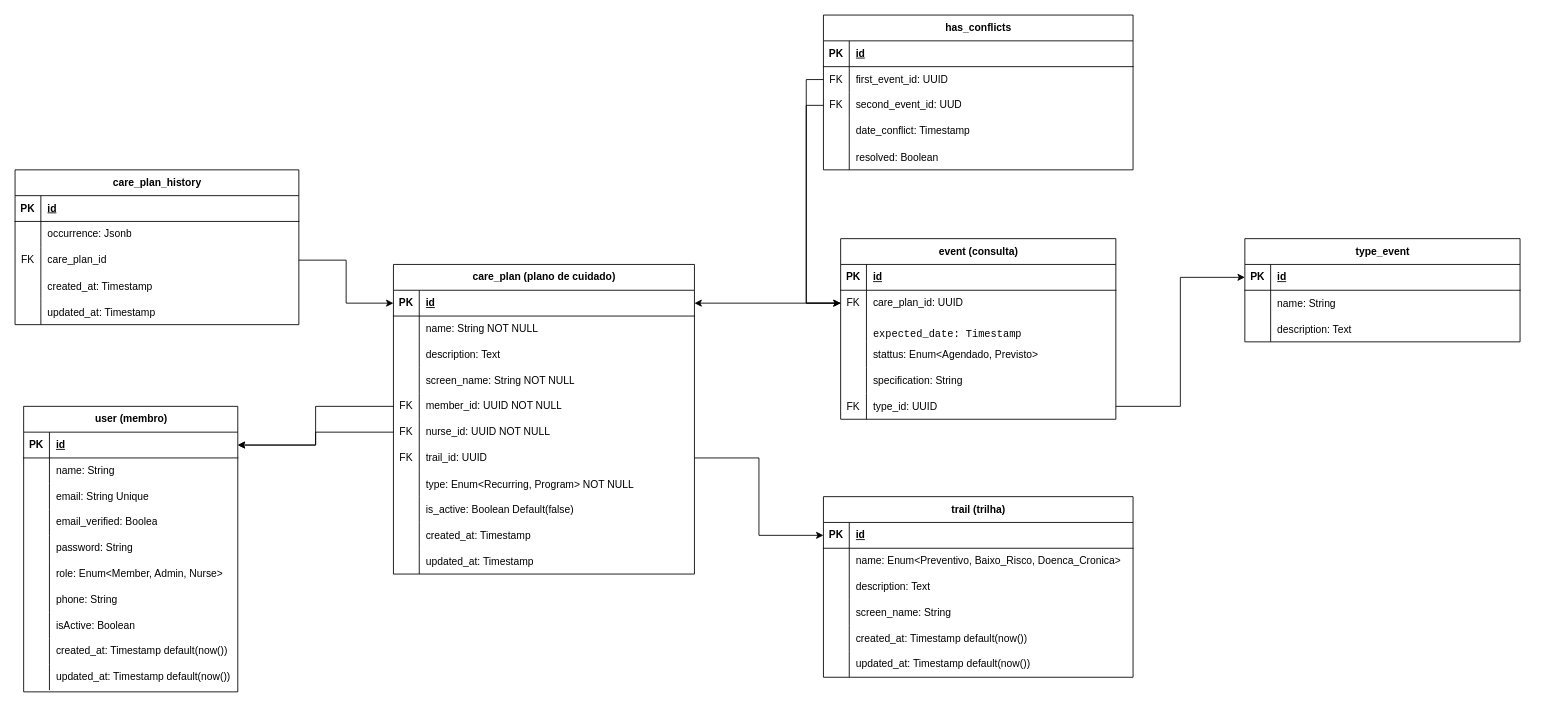
This is aliena-test.drawio from williamthewill/alinea-test-back-end, a draw.io file, before an edit. Source tidied: cells renumbered, new cells numbered last; positions are measured from the earlier drawing's top-left corner, leaving out a move shared by most shapes. Both pictures are drawn from the tidied source at 86%, with x=0, y=0 at pixel (15, 15).
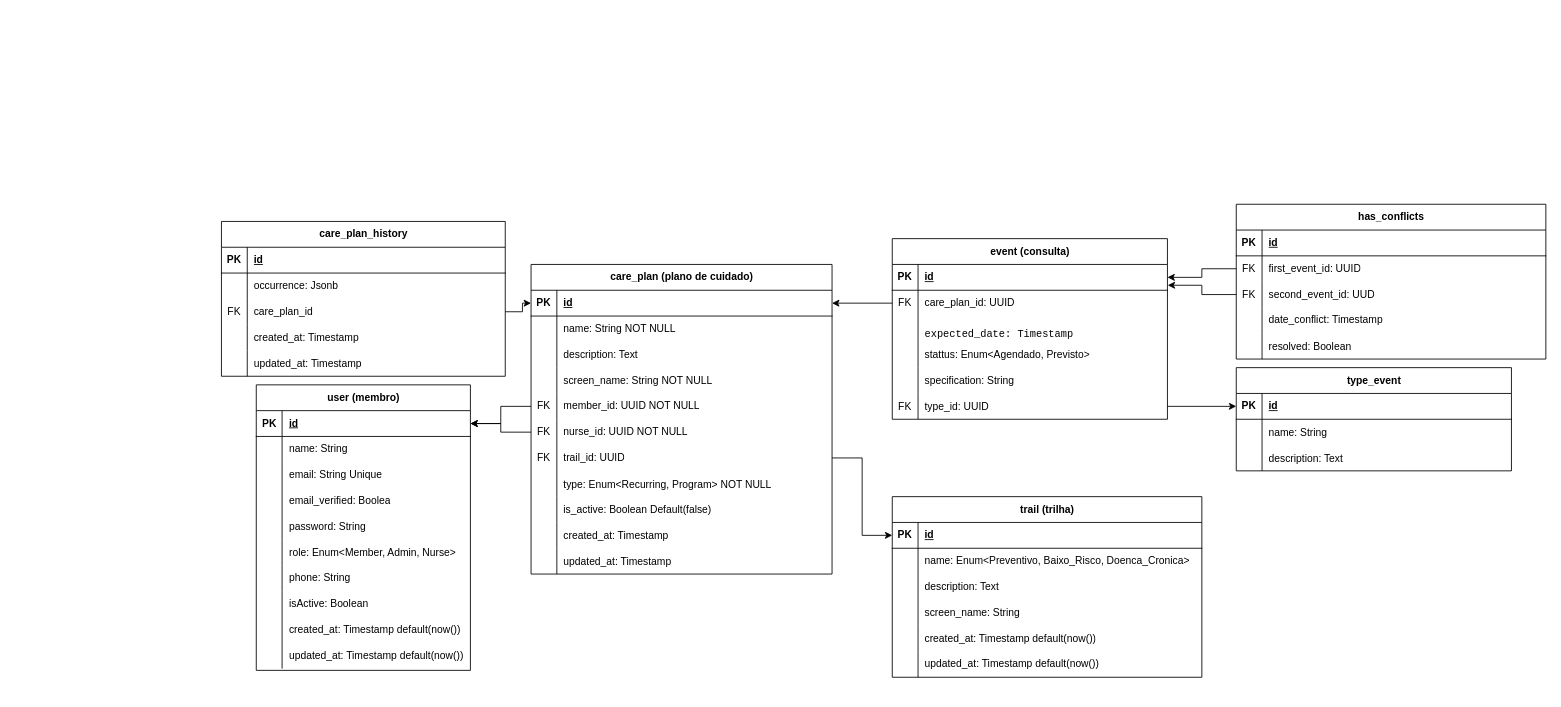
The same diagram, later.

Unchanged cells that the change refers to:
```xml
<mxCell id="56" style="shape=tableRow;horizontal=0;startSize=0;swimlaneHead=0;swimlaneBody=0;fillColor=none;points=[[0,0.5],[1,0.5]];portConstraint=eastwest;top=0;left=0;right=0;bottom=1;" parent="55" vertex="1">
  <mxGeometry y="30" width="320" height="30" as="geometry" />
</mxCell>
<mxCell id="59" style="shape=tableRow;horizontal=0;startSize=0;swimlaneHead=0;swimlaneBody=0;fillColor=none;points=[[0,0.5],[1,0.5]];portConstraint=eastwest;top=0;left=0;right=0;bottom=0;" parent="55" vertex="1">
  <mxGeometry y="60" width="320" height="30" as="geometry" />
</mxCell>
<mxCell id="123" style="shape=tableRow;horizontal=0;startSize=0;swimlaneHead=0;swimlaneBody=0;fillColor=none;points=[[0,0.5],[1,0.5]];portConstraint=eastwest;top=0;left=0;right=0;bottom=0;" parent="119" vertex="1">
  <mxGeometry y="60" width="360" height="30" as="geometry" />
</mxCell>
<mxCell id="126" style="shape=tableRow;horizontal=0;startSize=0;swimlaneHead=0;swimlaneBody=0;fillColor=none;points=[[0,0.5],[1,0.5]];portConstraint=eastwest;top=0;left=0;right=0;bottom=0;" parent="119" vertex="1">
  <mxGeometry y="90" width="360" height="30" as="geometry" />
</mxCell>
```

What changed in the source:
```diff
@@
     <mxCell id="2" value="trail (trilha)" style="shape=table;startSize=30;childLayout=tableLayout;rowLines=0;fontStyle=1;align=center;html=1;" parent="1" vertex="1">
-      <mxGeometry x="940" y="560" width="360" height="210" as="geometry" />
+      <mxGeometry x="1020" y="560" width="360" height="210" as="geometry" />
     </mxCell>
@@
     <mxCell id="21" value="care_plan (plano de cuidado)" style="shape=table;startSize=30;childLayout=tableLayout;rowLines=0;fontStyle=1;align=center;html=1;" parent="1" vertex="1">
-      <mxGeometry x="440" y="290" width="350" height="360" as="geometry" />
+      <mxGeometry x="600" y="290" width="350" height="360" as="geometry" />
     </mxCell>
@@
     <mxCell id="55" value="&lt;div&gt;event (consulta)&lt;/div&gt;" style="shape=table;startSize=30;childLayout=tableLayout;rowLines=0;fontStyle=1;align=center;html=1;" parent="1" vertex="1">
-      <mxGeometry x="960" y="260" width="320" height="210" as="geometry" />
+      <mxGeometry x="1020" y="260" width="320" height="210" as="geometry" />
     </mxCell>
@@
     <mxCell id="76" value="type_event" style="shape=table;startSize=30;childLayout=tableLayout;rowLines=0;fontStyle=1;align=center;html=1;" parent="1" vertex="1">
-      <mxGeometry x="1430" y="260" width="320" height="120" as="geometry" />
+      <mxGeometry x="1420" y="410" width="320" height="120" as="geometry" />
     </mxCell>
@@
     <mxCell id="87" value="user (membro)" style="shape=table;startSize=30;childLayout=tableLayout;rowLines=0;fontStyle=1;align=center;html=1;" parent="1" vertex="1">
-      <mxGeometry x="10" y="455" width="249" height="332" as="geometry" />
+      <mxGeometry x="280.5" y="430" width="249" height="332" as="geometry" />
     </mxCell>
@@
     <mxCell id="119" value="has_conflicts" style="shape=table;startSize=30;childLayout=tableLayout;rowLines=0;fontStyle=1;align=center;html=1;" parent="1" vertex="1">
-      <mxGeometry x="940" width="360" height="180" as="geometry" />
+      <mxGeometry x="1420" y="220" width="360" height="180" as="geometry" />
     </mxCell>
@@
-    <mxCell id="135" style="edgeStyle=orthogonalEdgeStyle;rounded=0;jettySize=auto;html=1;entryX=0;entryY=0.5;entryDx=0;entryDy=0;" parent="1" edge="1" source="123" target="59">
+    <mxCell id="135" style="edgeStyle=orthogonalEdgeStyle;rounded=0;jettySize=auto;html=1;entryX=1;entryY=0.5;entryDx=0;entryDy=0;" parent="1" edge="1" source="123" target="56">
       <mxGeometry relative="1" as="geometry" />
     </mxCell>
-    <mxCell id="136" style="edgeStyle=orthogonalEdgeStyle;rounded=0;jettySize=auto;html=1;entryX=0;entryY=0.5;entryDx=0;entryDy=0;" parent="1" edge="1" source="126" target="59">
+    <mxCell id="136" style="edgeStyle=orthogonalEdgeStyle;rounded=0;jettySize=auto;html=1;entryX=1.001;entryY=0.806;entryDx=0;entryDy=0;entryPerimeter=0;" parent="1" edge="1" source="126" target="56">
       <mxGeometry relative="1" as="geometry" />
     </mxCell>
     <mxCell id="137" value="&lt;div&gt;care_plan_history&lt;/div&gt;" style="shape=table;startSize=30;childLayout=tableLayout;rowLines=0;fontStyle=1;align=center;html=1;" parent="1" vertex="1">
-      <mxGeometry y="180" width="330" height="180" as="geometry" />
+      <mxGeometry x="240" y="240" width="330" height="180" as="geometry" />
     </mxCell>
```
